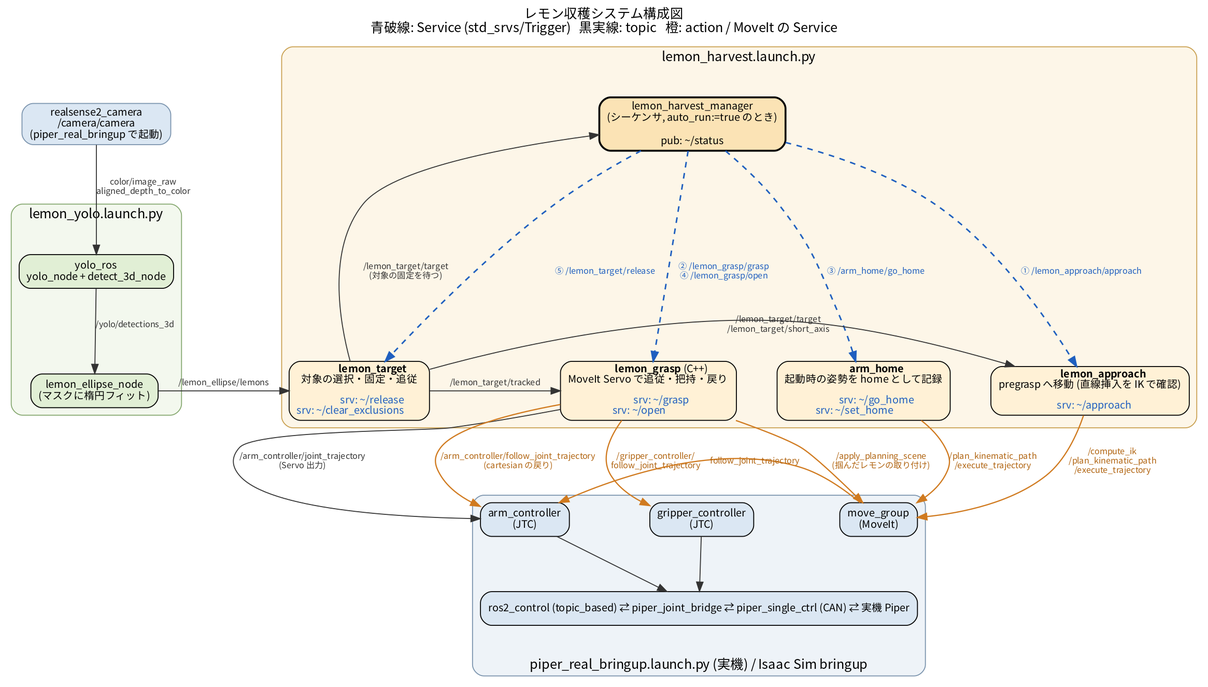
Above: src/lemon_reach/docs/lemon_harvest_system.png in Keita2370/lemon_ws (Graphviz), before the change. Its source is kept beside it as src/lemon_reach/docs/lemon_harvest_system.dot. The source it was exported from:
```dot
digraph lemon_harvest {
    graph [
        rankdir=TB, fontname="Noto Sans CJK JP", fontsize=14,
        nodesep=0.6, ranksep=0.8, newrank=true, bgcolor="white",
        label="レモン収穫システム構成図\n青破線: Service (std_srvs/Trigger)   黒実線: topic   橙: action / MoveIt の Service",
        labelloc=t
    ];
    node [shape=box, style="rounded,filled", fontname="Noto Sans CJK JP", fontsize=11, fillcolor="#ffffff"];
    edge [fontname="Noto Sans CJK JP", fontsize=9];

    subgraph cluster_yolo {
        label="lemon_yolo.launch.py";
        style="rounded,filled"; fillcolor="#f3f8ee"; color="#86a870";

        yolo    [label="yolo_ros\nyolo_node + detect_3d_node", fillcolor="#e1efd5"];
        ellipse [label="lemon_ellipse_node\n(マスクに楕円フィット)", fillcolor="#e1efd5"];
    }

    subgraph cluster_harvest {
        label="lemon_harvest.launch.py";
        style="rounded,filled"; fillcolor="#fdf6e8"; color="#c9a050";

        manager [label="lemon_harvest_manager\n(シーケンサ, auto_run:=true のとき)\n\npub: ~/status", fillcolor="#fbe3b5", penwidth=2, ordering=out];

        target [label=<
            <b>lemon_target</b><br/>対象の選択・固定・追従<br/><br/>
            <font color="#1f5fbf">srv: ~/release<br/>srv: ~/clear_exclusions</font>
        >, fillcolor="#fff1d6"];
        approach [label=<
            <b>lemon_approach</b><br/>pregrasp へ移動 (直線挿入を IK で確認)<br/><br/>
            <font color="#1f5fbf">srv: ~/approach</font>
        >, fillcolor="#fff1d6"];
        grasp [label=<
            <b>lemon_grasp</b> (C++)<br/>MoveIt Servo で追従・把持・戻り<br/><br/>
            <font color="#1f5fbf">srv: ~/grasp<br/>srv: ~/open</font>
        >, fillcolor="#fff1d6"];
        home [label=<
            <b>arm_home</b><br/>起動時の姿勢を home として記録<br/><br/>
            <font color="#1f5fbf">srv: ~/go_home<br/>srv: ~/set_home</font>
        >, fillcolor="#fff1d6"];
    }

    camera [label="realsense2_camera\n/camera/camera\n(piper_real_bringup で起動)", fillcolor="#dbe7f3", color="#7a93ad"];

    subgraph cluster_bringup {
        label="piper_real_bringup.launch.py (実機) / Isaac Sim bringup";
        labelloc=b;
        style="rounded,filled"; fillcolor="#eef3f8"; color="#7a93ad";

        movegroup [label="move_group\n(MoveIt)", fillcolor="#dbe7f3"];
        arm_ctrl [label="arm_controller\n(JTC)", fillcolor="#dbe7f3"];
        grip_ctrl [label="gripper_controller\n(JTC)", fillcolor="#dbe7f3"];
        hw [label="ros2_control (topic_based) ⇄ piper_joint_bridge ⇄ piper_single_ctrl (CAN) ⇄ 実機 Piper", fillcolor="#dbe7f3"];
    }

    edge [color="#1f5fbf", fontcolor="#1f5fbf", style=dashed, penwidth=1.6];
    manager -> target   [label="⑤ /lemon_target/release"];
    manager -> approach [label="① /lemon_approach/approach"];
    manager -> grasp    [label="② /lemon_grasp/grasp\n④ /lemon_grasp/open"];
    manager -> home     [label="③ /arm_home/go_home"];

    edge [color="#333333", fontcolor="#333333", style=solid, penwidth=1.0];
    camera  -> yolo    [label="color/image_raw\naligned_depth_to_color"];
    yolo    -> ellipse [label="/yolo/detections_3d"];
    ellipse -> target  [label="/lemon_ellipse/lemons", constraint=false];
    target  -> manager [label="/lemon_target/target\n(対象の固定を待つ)"];
    target  -> approach [constraint=false, label="/lemon_target/target\n/lemon_target/short_axis"];
    target  -> grasp   [constraint=false, label="/lemon_target/tracked"];
    grasp   -> arm_ctrl [label="/arm_controller/joint_trajectory\n(Servo 出力)"];
    arm_ctrl -> hw;
    grip_ctrl -> hw;

    edge [color="#d07a1f", fontcolor="#b0630f", style=solid, penwidth=1.3];
    approach -> movegroup [label="/compute_ik\n/plan_kinematic_path\n/execute_trajectory"];
    home     -> movegroup [label="/plan_kinematic_path\n/execute_trajectory"];
    grasp    -> movegroup [label="/apply_planning_scene\n(掴んだレモンの取り付け)"];
    grasp    -> grip_ctrl [label="/gripper_controller/\nfollow_joint_trajectory"];
    grasp    -> arm_ctrl  [label="/arm_controller/follow_joint_trajectory\n(cartesian の戻り)"];
    movegroup -> arm_ctrl [label="follow_joint_trajectory"];

    { rank=same; manager; camera; }
    { rank=same; ellipse; target; approach; grasp; home; }
    { rank=same; movegroup; arm_ctrl; grip_ctrl; }
    edge [style=invis];
    grip_ctrl -> arm_ctrl;
}
```
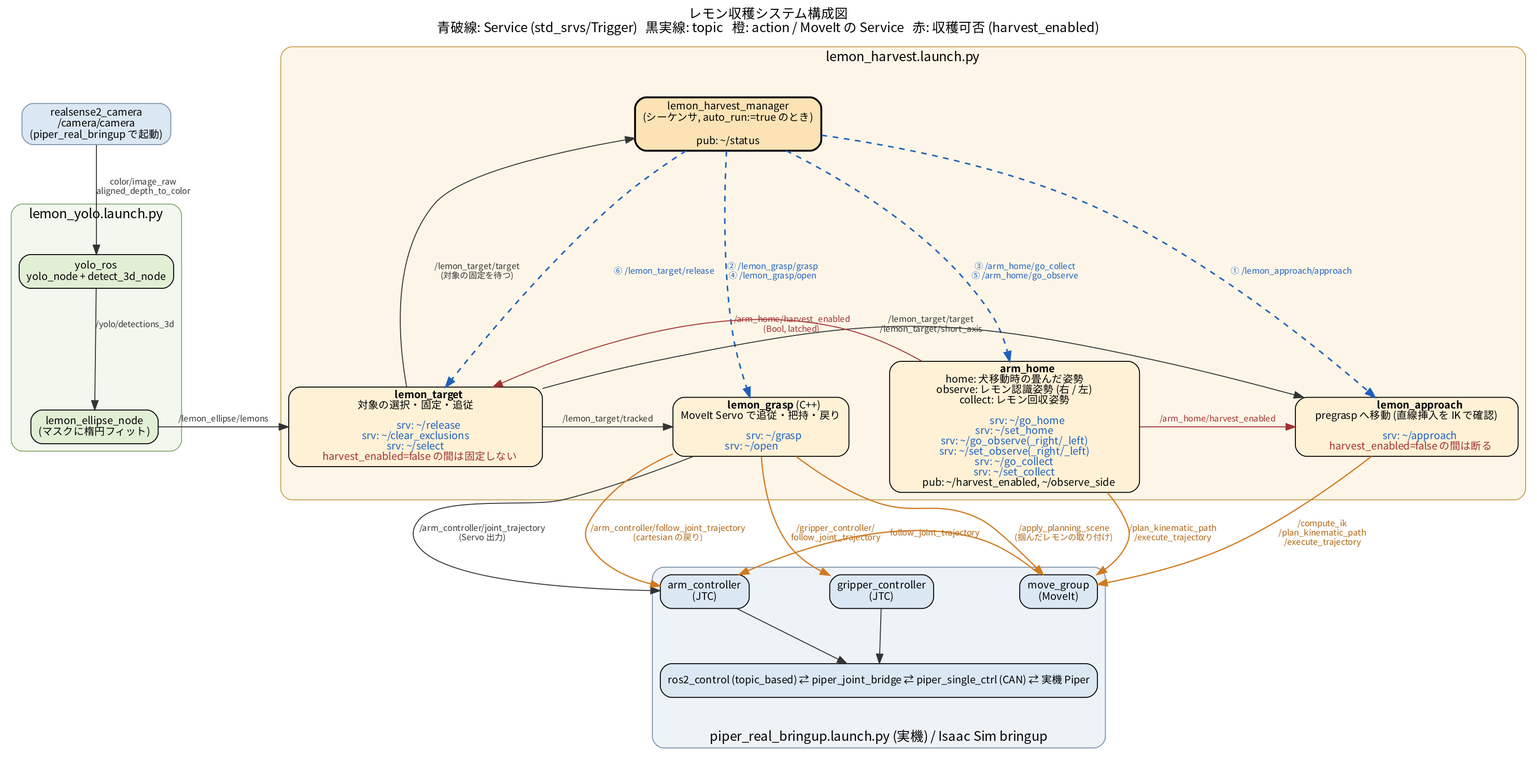
The same file after the commit.

Commit message:
ミニPCで加えられた変更を記録: home を犬の移動姿勢に、認識姿勢・回収姿勢を追加

Change to the diagram source:
```diff
@@ -2,7 +2,7 @@
     graph [
         rankdir=TB, fontname="Noto Sans CJK JP", fontsize=14,
         nodesep=0.6, ranksep=0.8, newrank=true, bgcolor="white",
-        label="レモン収穫システム構成図\n青破線: Service (std_srvs/Trigger)   黒実線: topic   橙: action / MoveIt の Service",
+        label="レモン収穫システム構成図\n青破線: Service (std_srvs/Trigger)   黒実線: topic   橙: action / MoveIt の Service   赤: 収穫可否 (harvest_enabled)",
         labelloc=t
     ];
     node [shape=box, style="rounded,filled", fontname="Noto Sans CJK JP", fontsize=11, fillcolor="#ffffff"];
@@ -24,19 +24,22 @@
 
         target [label=<
             <b>lemon_target</b><br/>対象の選択・固定・追従<br/><br/>
-            <font color="#1f5fbf">srv: ~/release<br/>srv: ~/clear_exclusions</font>
+            <font color="#1f5fbf">srv: ~/release<br/>srv: ~/clear_exclusions<br/>srv: ~/select</font><br/>
+            <font color="#a03030">harvest_enabled=false の間は固定しない</font>
         >, fillcolor="#fff1d6"];
         approach [label=<
             <b>lemon_approach</b><br/>pregrasp へ移動 (直線挿入を IK で確認)<br/><br/>
-            <font color="#1f5fbf">srv: ~/approach</font>
+            <font color="#1f5fbf">srv: ~/approach</font><br/>
+            <font color="#a03030">harvest_enabled=false の間は断る</font>
         >, fillcolor="#fff1d6"];
         grasp [label=<
             <b>lemon_grasp</b> (C++)<br/>MoveIt Servo で追従・把持・戻り<br/><br/>
             <font color="#1f5fbf">srv: ~/grasp<br/>srv: ~/open</font>
         >, fillcolor="#fff1d6"];
         home [label=<
-            <b>arm_home</b><br/>起動時の姿勢を home として記録<br/><br/>
-            <font color="#1f5fbf">srv: ~/go_home<br/>srv: ~/set_home</font>
+            <b>arm_home</b><br/>home: 犬移動時の畳んだ姿勢<br/>observe: レモン認識姿勢 (右 / 左)<br/>collect: レモン回収姿勢<br/><br/>
+            <font color="#1f5fbf">srv: ~/go_home<br/>srv: ~/set_home<br/>srv: ~/go_observe(_right/_left)<br/>srv: ~/set_observe(_right/_left)<br/>srv: ~/go_collect<br/>srv: ~/set_collect</font><br/>
+            pub: ~/harvest_enabled, ~/observe_side
         >, fillcolor="#fff1d6"];
     }
 
@@ -54,10 +57,10 @@
     }
 
     edge [color="#1f5fbf", fontcolor="#1f5fbf", style=dashed, penwidth=1.6];
-    manager -> target   [label="⑤ /lemon_target/release"];
+    manager -> target   [label="⑥ /lemon_target/release"];
     manager -> approach [label="① /lemon_approach/approach"];
     manager -> grasp    [label="② /lemon_grasp/grasp\n④ /lemon_grasp/open"];
-    manager -> home     [label="③ /arm_home/go_home"];
+    manager -> home     [label="③ /arm_home/go_collect\n⑤ /arm_home/go_observe"];
 
     edge [color="#333333", fontcolor="#333333", style=solid, penwidth=1.0];
     camera  -> yolo    [label="color/image_raw\naligned_depth_to_color"];
@@ -66,6 +69,10 @@
     target  -> manager [label="/lemon_target/target\n(対象の固定を待つ)"];
     target  -> approach [constraint=false, label="/lemon_target/target\n/lemon_target/short_axis"];
     target  -> grasp   [constraint=false, label="/lemon_target/tracked"];
+    home    -> target  [constraint=false, color="#a03030", fontcolor="#a03030",
+                        label="/arm_home/harvest_enabled\n(Bool, latched)"];
+    home    -> approach [constraint=false, color="#a03030", fontcolor="#a03030",
+                        label="/arm_home/harvest_enabled"];
     grasp   -> arm_ctrl [label="/arm_controller/joint_trajectory\n(Servo 出力)"];
     arm_ctrl -> hw;
     grip_ctrl -> hw;
```
